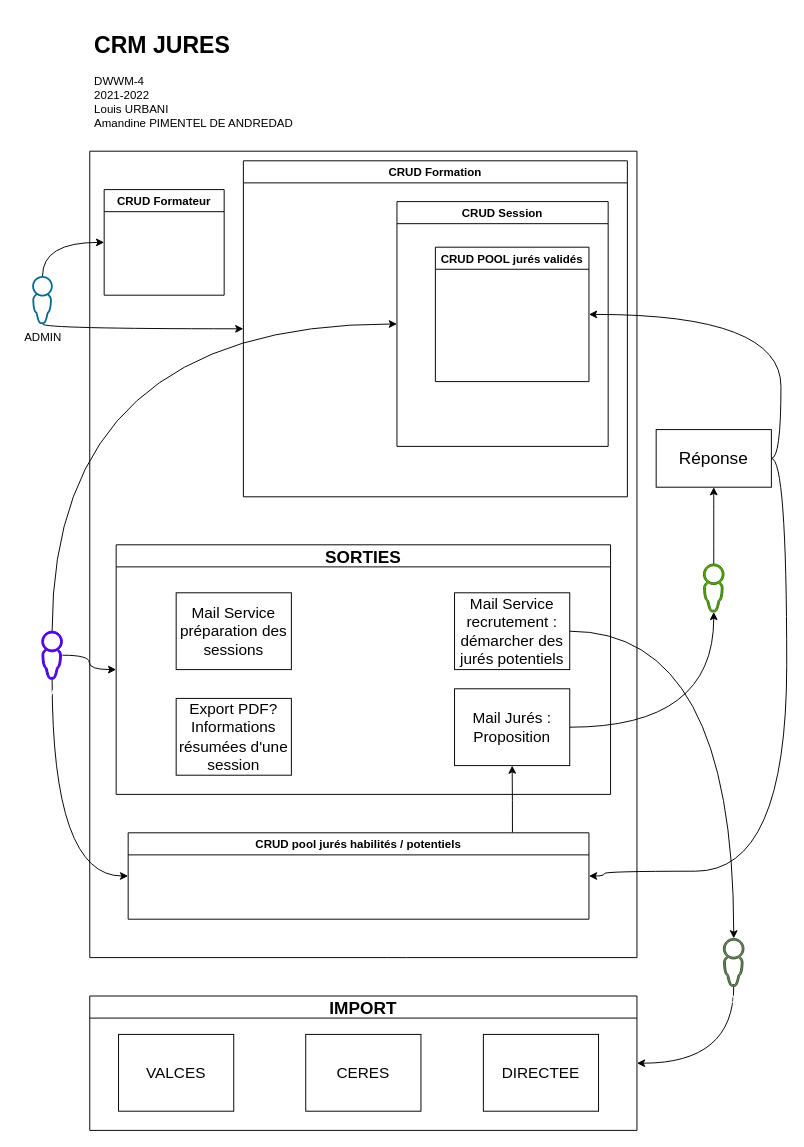
This is Documentation/UML/2 functionnal diagram.drawio from U-Louis/CRM-Jures, a draw.io file, before an edit. Source tidied: cells renumbered, new cells numbered last; positions are measured from the earlier drawing's top-left corner, leaving out a move shared by most shapes. Both pictures are drawn from the tidied source at 96%, with x=0, y=0 at pixel (32, 26).
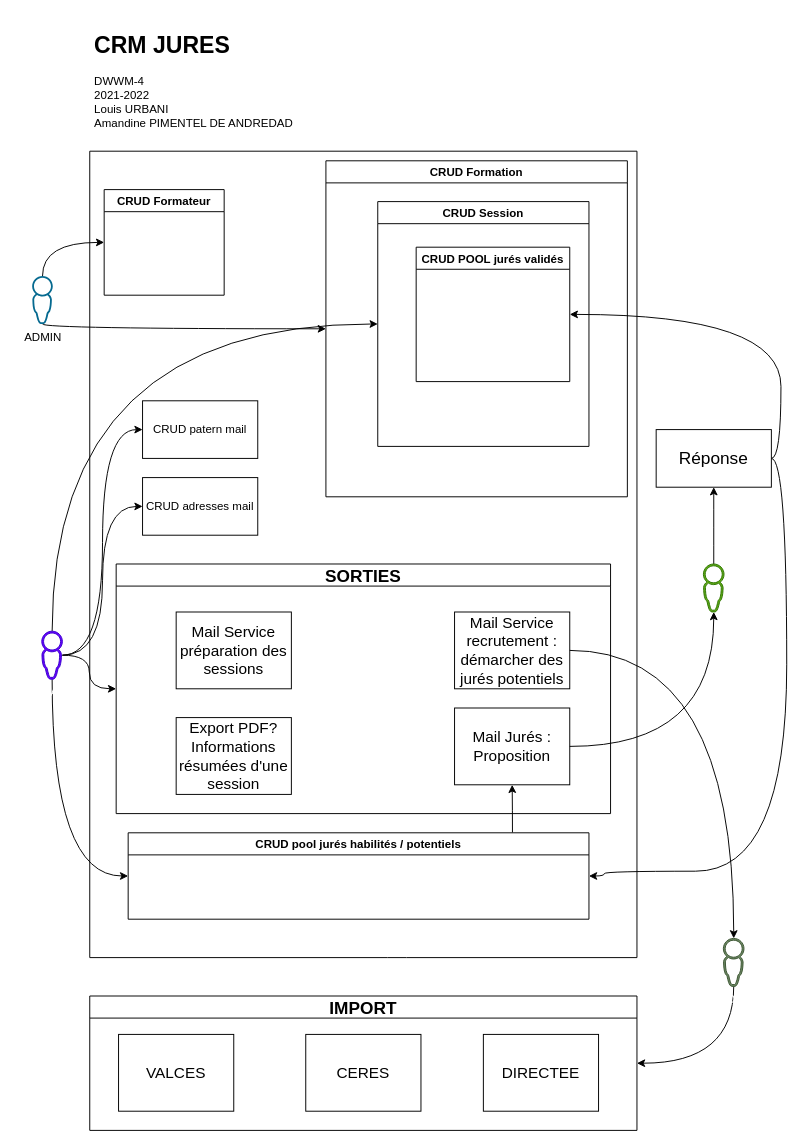
After the change.

Unchanged cells that the change refers to:
```xml
<mxCell id="8" value="FORMATEUR" style="shadow=0;dashed=0;html=1;strokeColor=#3700CC;labelPosition=center;verticalLabelPosition=bottom;verticalAlign=top;align=center;outlineConnect=0;shape=mxgraph.vvd.administrator;fillColor=#6a00ff;fontColor=#ffffff;" parent="1" vertex="1">
  <mxGeometry x="10" y="630" width="21.5" height="50" as="geometry" />
</mxCell>
```

What changed in the source:
```diff
@@
+    <mxCell id="38" style="edgeStyle=orthogonalEdgeStyle;jettySize=auto;html=1;entryX=0;entryY=0.5;entryDx=0;entryDy=0;curved=1;" parent="1" edge="1" source="8" target="41">
+      <mxGeometry relative="1" as="geometry" />
+    </mxCell>
+    <mxCell id="39" style="edgeStyle=orthogonalEdgeStyle;curved=1;jettySize=auto;html=1;entryX=0;entryY=0.5;entryDx=0;entryDy=0;" parent="1" edge="1" source="8" target="40">
+      <mxGeometry relative="1" as="geometry" />
+    </mxCell>
@@
     <mxCell id="11" value="CRUD Formation" style="swimlane;" parent="1" vertex="1">
-      <mxGeometry x="220" y="140" width="400" height="350" as="geometry" />
+      <mxGeometry x="306" y="140" width="314" height="350" as="geometry" />
     </mxCell>
     <mxCell id="12" value="CRUD Session" style="swimlane;" parent="11" vertex="1">
-      <mxGeometry x="160" y="42.5" width="220" height="255" as="geometry" />
+      <mxGeometry x="54" y="42.5" width="220" height="255" as="geometry" />
     </mxCell>
@@
     <mxCell id="15" value="SORTIES" style="swimlane;fontSize=18;" parent="1" vertex="1">
-      <mxGeometry x="87.5" y="540" width="515" height="260" as="geometry" />
+      <mxGeometry x="87.5" y="560" width="515" height="260" as="geometry" />
     </mxCell>
@@
+    <mxCell id="40" value="CRUD adresses mail" style="whiteSpace=wrap;html=1;" parent="1" vertex="1">
+      <mxGeometry x="115" y="470" width="120" height="60" as="geometry" />
+    </mxCell>
+    <mxCell id="41" value="CRUD patern mail" style="whiteSpace=wrap;html=1;" parent="1" vertex="1">
+      <mxGeometry x="115" y="390" width="120" height="60" as="geometry" />
+    </mxCell>
```
